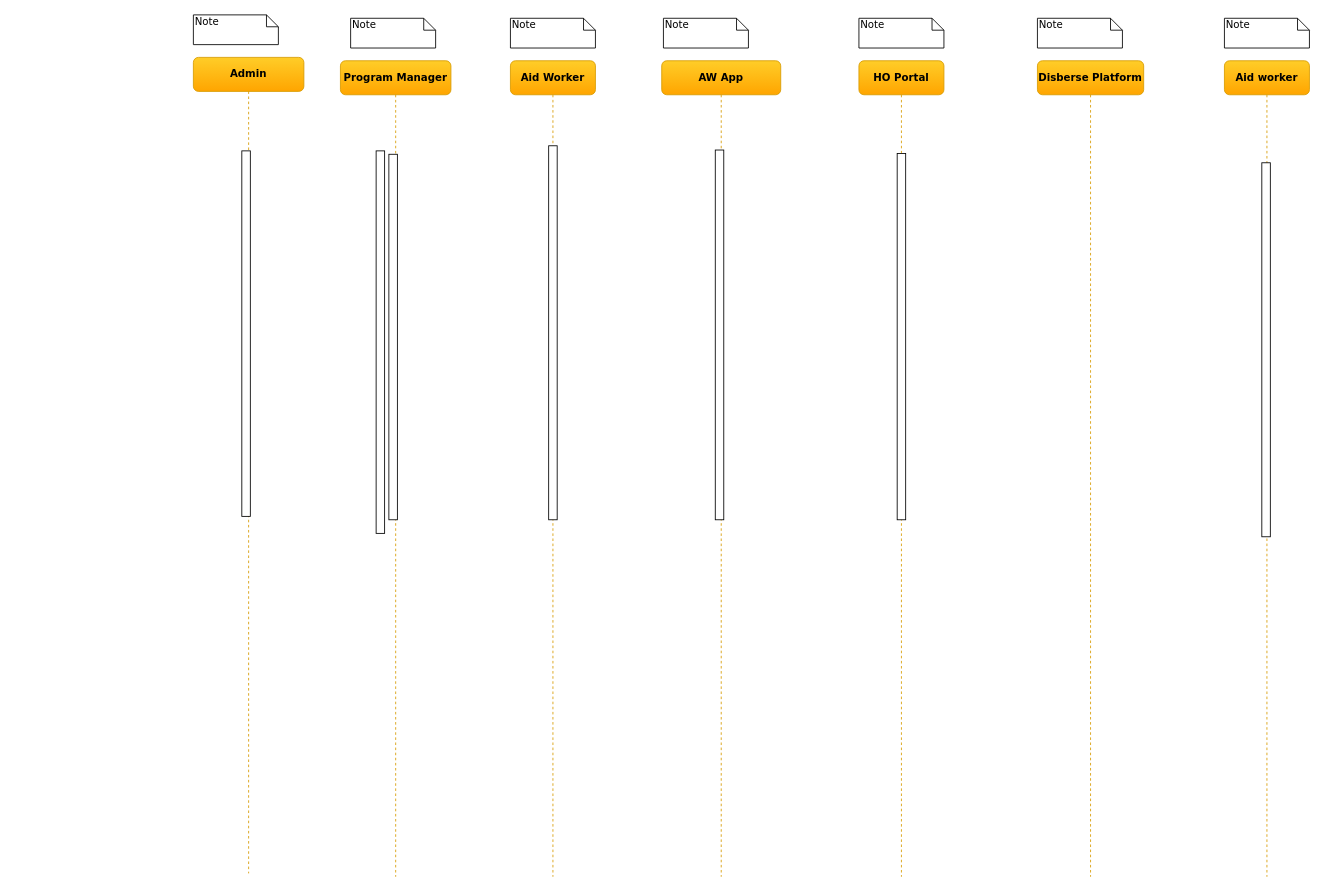
Before: page "Page-1" (1 of 2) of HO Portal user management sequence.drawio in nsward/diagrams, a draw.io diagram. Source tidied: cells renumbered, new cells numbered last; positions are measured from the earlier drawing's top-left corner, leaving out a move shared by most shapes. Both pictures are drawn from the tidied source at 85%, with x=0, y=0 at pixel (193, 14).
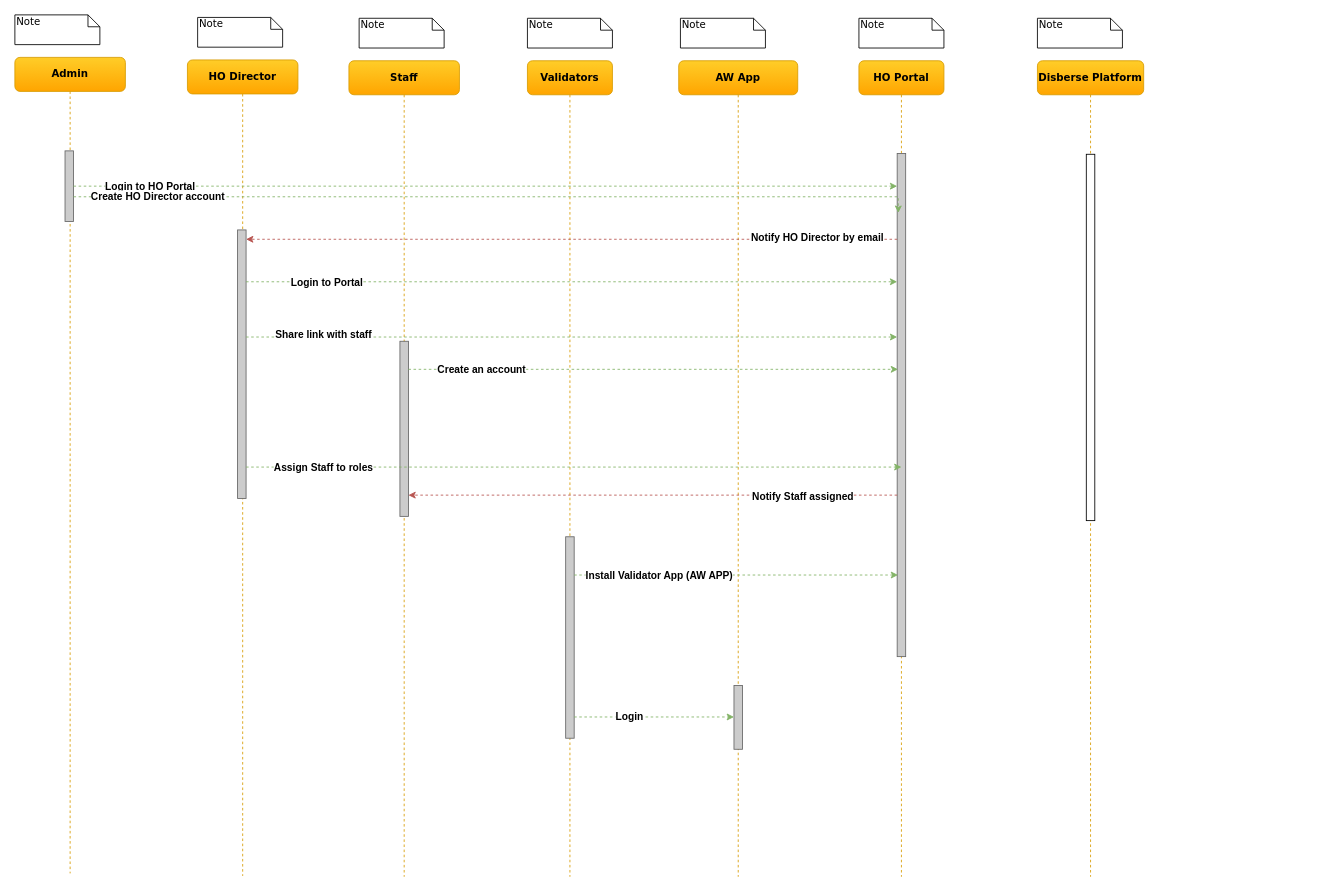
After the change.

Unchanged cells that the change refers to:
```xml
<mxCell id="4" value="HO Portal" style="shape=umlLifeline;perimeter=lifelinePerimeter;whiteSpace=wrap;html=1;rounded=1;shadow=0;comic=0;labelBackgroundColor=none;strokeColor=#d79b00;strokeWidth=1;fillColor=#ffcd28;fontFamily=Verdana;fontSize=12;fontColor=#000000;align=center;fontStyle=1;gradientColor=#ffa500;" parent="1" vertex="1">
  <mxGeometry x="783" y="54" width="100" height="960" as="geometry" />
</mxCell>
<mxCell id="6" value="Disberse Platform" style="shape=umlLifeline;perimeter=lifelinePerimeter;whiteSpace=wrap;html=1;rounded=1;shadow=0;comic=0;labelBackgroundColor=none;strokeColor=#d79b00;strokeWidth=1;fillColor=#ffcd28;fontFamily=Verdana;fontSize=12;fontColor=#000000;align=center;fontStyle=1;gradientColor=#ffa500;" parent="1" vertex="1">
  <mxGeometry x="993" y="54" width="125" height="960" as="geometry" />
</mxCell>
```

What changed in the source:
```diff
@@
     <mxCell id="2" value="AW App" style="shape=umlLifeline;perimeter=lifelinePerimeter;whiteSpace=wrap;html=1;rounded=1;shadow=0;comic=0;labelBackgroundColor=none;strokeColor=#d79b00;strokeWidth=1;fillColor=#ffcd28;fontFamily=Verdana;fontSize=12;fontColor=#000000;align=center;fontStyle=1;gradientColor=#ffa500;" parent="1" vertex="1">
-      <mxGeometry x="551" y="54" width="140" height="960" as="geometry" />
+      <mxGeometry x="571" y="54" width="140" height="960" as="geometry" />
     </mxCell>
-    <mxCell id="3" style="html=1;points=[];perimeter=orthogonalPerimeter;rounded=0;shadow=0;comic=0;labelBackgroundColor=none;strokeColor=#000000;strokeWidth=1;fillColor=#FFFFFF;fontFamily=Verdana;fontSize=12;fontColor=#000000;align=center;" parent="2" vertex="1">
-      <mxGeometry x="63" y="105" width="10" height="435" as="geometry" />
+    <mxCell id="3" style="html=1;points=[];perimeter=orthogonalPerimeter;rounded=0;shadow=0;comic=0;labelBackgroundColor=none;strokeColor=#666666;strokeWidth=1;fillColor=#CCCCCC;fontFamily=Verdana;fontSize=12;fontColor=#333333;align=center;" parent="2" vertex="1">
+      <mxGeometry x="65" y="735" width="10" height="75" as="geometry" />
     </mxCell>
@@
-    <mxCell id="5" style="html=1;points=[];perimeter=orthogonalPerimeter;rounded=0;shadow=0;comic=0;labelBackgroundColor=none;strokeColor=#000000;strokeWidth=1;fillColor=#FFFFFF;fontFamily=Verdana;fontSize=12;fontColor=#000000;align=center;" parent="4" vertex="1">
-      <mxGeometry x="45" y="109" width="10" height="431" as="geometry" />
+    <mxCell id="5" style="html=1;points=[];perimeter=orthogonalPerimeter;rounded=0;shadow=0;comic=0;labelBackgroundColor=none;strokeColor=#666666;strokeWidth=1;fillColor=#CCCCCC;fontFamily=Verdana;fontSize=12;align=center;fontColor=#333333;" parent="4" vertex="1">
+      <mxGeometry x="45" y="109" width="10" height="592" as="geometry" />
     </mxCell>
@@
+    <mxCell id="23" style="html=1;perimeter=orthogonalPerimeter;rounded=0;shadow=0;comic=0;labelBackgroundColor=none;strokeColor=#000000;strokeWidth=1;fillColor=#FFFFFF;fontFamily=Verdana;fontSize=12;fontColor=#000000;align=center;" parent="6" vertex="1">
+      <mxGeometry x="57.5" y="110" width="10" height="431" as="geometry" />
+    </mxCell>
-    <mxCell id="7" value="Aid Worker" style="shape=umlLifeline;perimeter=lifelinePerimeter;whiteSpace=wrap;html=1;rounded=1;shadow=0;comic=0;labelBackgroundColor=none;strokeColor=#d79b00;strokeWidth=1;fillColor=#ffcd28;fontFamily=Verdana;fontSize=12;fontColor=#000000;align=center;fontStyle=1;gradientColor=#ffa500;" parent="1" vertex="1">
-      <mxGeometry x="373" y="54" width="100" height="960" as="geometry" />
+    <mxCell id="7" value="Validators" style="shape=umlLifeline;perimeter=lifelinePerimeter;whiteSpace=wrap;html=1;rounded=1;shadow=0;comic=0;labelBackgroundColor=none;strokeColor=#d79b00;strokeWidth=1;fillColor=#ffcd28;fontFamily=Verdana;fontSize=12;fontColor=#000000;align=center;fontStyle=1;gradientColor=#ffa500;" parent="1" vertex="1">
+      <mxGeometry x="393" y="54" width="100" height="960" as="geometry" />
     </mxCell>
-    <mxCell id="8" style="html=1;points=[];perimeter=orthogonalPerimeter;rounded=0;shadow=0;comic=0;labelBackgroundColor=none;strokeColor=#000000;strokeWidth=1;fillColor=#FFFFFF;fontFamily=Verdana;fontSize=12;fontColor=#000000;align=center;" parent="7" vertex="1">
-      <mxGeometry x="45" y="100" width="10" height="440" as="geometry" />
+    <mxCell id="8" style="html=1;points=[];perimeter=orthogonalPerimeter;rounded=0;shadow=0;comic=0;labelBackgroundColor=none;strokeColor=#666666;strokeWidth=1;fillColor=#CCCCCC;fontFamily=Verdana;fontSize=12;fontColor=#333333;align=center;" parent="7" vertex="1">
+      <mxGeometry x="45" y="560" width="10" height="237" as="geometry" />
     </mxCell>
     <mxCell id="9" value="Note" style="shape=note;whiteSpace=wrap;html=1;size=14;verticalAlign=top;align=left;spacingTop=-6;rounded=0;shadow=0;comic=0;labelBackgroundColor=none;strokeColor=#000000;strokeWidth=1;fillColor=#FFFFFF;fontFamily=Verdana;fontSize=12;fontColor=#000000;" parent="1" vertex="1">
-      <mxGeometry x="373" y="4" width="100" height="35" as="geometry" />
+      <mxGeometry x="393" y="4" width="100" height="35" as="geometry" />
     </mxCell>
     <mxCell id="10" value="Note" style="shape=note;whiteSpace=wrap;html=1;size=14;verticalAlign=top;align=left;spacingTop=-6;rounded=0;shadow=0;comic=0;labelBackgroundColor=none;strokeColor=#000000;strokeWidth=1;fillColor=#FFFFFF;fontFamily=Verdana;fontSize=12;fontColor=#000000;" parent="1" vertex="1">
-      <mxGeometry x="553" y="4" width="100" height="35" as="geometry" />
+      <mxGeometry x="573" y="4" width="100" height="35" as="geometry" />
     </mxCell>
@@
     <mxCell id="13" value="Admin" style="shape=umlLifeline;perimeter=lifelinePerimeter;whiteSpace=wrap;html=1;rounded=1;shadow=0;comic=0;labelBackgroundColor=none;strokeColor=#d79b00;strokeWidth=1;fillColor=#ffcd28;fontFamily=Verdana;fontSize=12;fontColor=#000000;align=center;fontStyle=1;gradientColor=#ffa500;" parent="1" vertex="1">
-      <mxGeometry y="50" width="130" height="960" as="geometry" />
+      <mxGeometry x="-210" y="50" width="130" height="960" as="geometry" />
     </mxCell>
-    <mxCell id="14" style="html=1;perimeter=orthogonalPerimeter;rounded=0;shadow=0;comic=0;labelBackgroundColor=none;strokeColor=#000000;strokeWidth=1;fillColor=#FFFFFF;fontFamily=Verdana;fontSize=12;fontColor=#000000;align=center;labelPosition=center;verticalLabelPosition=top;verticalAlign=bottom;" parent="13" vertex="1">
-      <mxGeometry x="215" y="110" width="10" height="450" as="geometry" />
-    </mxCell>
-    <mxCell id="15" style="html=1;points=[];perimeter=orthogonalPerimeter;rounded=0;shadow=0;comic=0;labelBackgroundColor=none;strokeColor=#000000;strokeWidth=1;fillColor=#FFFFFF;fontFamily=Verdana;fontSize=12;fontColor=#000000;align=center;labelPosition=center;verticalLabelPosition=top;verticalAlign=bottom;" parent="13" vertex="1">
-      <mxGeometry x="57" y="110" width="10" height="430" as="geometry" />
+    <mxCell id="15" style="html=1;points=[];perimeter=orthogonalPerimeter;rounded=0;shadow=0;comic=0;labelBackgroundColor=none;strokeColor=#666666;strokeWidth=1;fillColor=#CCCCCC;fontFamily=Verdana;fontSize=12;fontColor=#333333;align=center;labelPosition=center;verticalLabelPosition=top;verticalAlign=middle;" parent="13" vertex="1">
+      <mxGeometry x="59" y="110" width="10" height="83" as="geometry" />
     </mxCell>
     <mxCell id="16" value="Note" style="shape=note;whiteSpace=wrap;html=1;size=14;verticalAlign=top;align=left;spacingTop=-6;rounded=0;shadow=0;comic=0;labelBackgroundColor=none;strokeColor=#000000;strokeWidth=1;fillColor=#FFFFFF;fontFamily=Verdana;fontSize=12;fontColor=#000000;" parent="1" vertex="1">
-      <mxGeometry width="100" height="35" as="geometry" />
+      <mxGeometry x="-210" width="100" height="35" as="geometry" />
     </mxCell>
-    <mxCell id="17" value="Aid worker" style="shape=umlLifeline;perimeter=lifelinePerimeter;whiteSpace=wrap;html=1;rounded=1;shadow=0;comic=0;labelBackgroundColor=none;strokeColor=#d79b00;strokeWidth=1;fillColor=#ffcd28;fontFamily=Verdana;fontSize=12;fontColor=#000000;align=center;fontStyle=1;gradientColor=#ffa500;" parent="1" vertex="1">
-      <mxGeometry x="1213" y="54" width="100" height="960" as="geometry" />
-    </mxCell>
-    <mxCell id="18" style="html=1;perimeter=orthogonalPerimeter;rounded=0;shadow=0;comic=0;labelBackgroundColor=none;strokeColor=#000000;strokeWidth=1;fillColor=#FFFFFF;fontFamily=Verdana;fontSize=12;fontColor=#000000;align=center;verticalAlign=bottom;labelPosition=center;verticalLabelPosition=top;fontStyle=1;" parent="17" vertex="1">
-      <mxGeometry x="44" y="120" width="10" height="440" as="geometry" />
-    </mxCell>
-    <mxCell id="19" value="Note" style="shape=note;whiteSpace=wrap;html=1;size=14;verticalAlign=top;align=left;spacingTop=-6;rounded=0;shadow=0;comic=0;labelBackgroundColor=none;strokeColor=#000000;strokeWidth=1;fillColor=#FFFFFF;fontFamily=Verdana;fontSize=12;fontColor=#000000;" parent="1" vertex="1">
-      <mxGeometry x="1213" y="4" width="100" height="35" as="geometry" />
-    </mxCell>
-    <mxCell id="20" value="Program Manager" style="shape=umlLifeline;perimeter=lifelinePerimeter;whiteSpace=wrap;html=1;rounded=1;shadow=0;comic=0;labelBackgroundColor=none;strokeColor=#d79b00;strokeWidth=1;fillColor=#ffcd28;fontFamily=Verdana;fontSize=12;fontColor=#000000;align=center;fontStyle=1;gradientColor=#ffa500;" parent="1" vertex="1">
-      <mxGeometry x="173" y="54" width="130" height="960" as="geometry" />
+    <mxCell id="20" value="Staff" style="shape=umlLifeline;perimeter=lifelinePerimeter;whiteSpace=wrap;html=1;rounded=1;shadow=0;comic=0;labelBackgroundColor=none;strokeColor=#d79b00;strokeWidth=1;fillColor=#ffcd28;fontFamily=Verdana;fontSize=12;fontColor=#000000;align=center;fontStyle=1;gradientColor=#ffa500;" parent="1" vertex="1">
+      <mxGeometry x="183" y="54" width="130" height="960" as="geometry" />
     </mxCell>
-    <mxCell id="21" style="html=1;points=[];perimeter=orthogonalPerimeter;rounded=0;shadow=0;comic=0;labelBackgroundColor=none;strokeColor=#000000;strokeWidth=1;fillColor=#FFFFFF;fontFamily=Verdana;fontSize=12;fontColor=#000000;align=center;labelPosition=center;verticalLabelPosition=top;verticalAlign=bottom;" parent="20" vertex="1">
-      <mxGeometry x="57" y="110" width="10" height="430" as="geometry" />
+    <mxCell id="21" style="html=1;points=[];perimeter=orthogonalPerimeter;rounded=0;shadow=0;comic=0;labelBackgroundColor=none;strokeColor=#666666;strokeWidth=1;fillColor=#CCCCCC;fontFamily=Verdana;fontSize=12;fontColor=#333333;align=center;labelPosition=center;verticalLabelPosition=top;verticalAlign=middle;" parent="20" vertex="1">
+      <mxGeometry x="60" y="330" width="10" height="206" as="geometry" />
     </mxCell>
     <mxCell id="22" value="Note" style="shape=note;whiteSpace=wrap;html=1;size=14;verticalAlign=top;align=left;spacingTop=-6;rounded=0;shadow=0;comic=0;labelBackgroundColor=none;strokeColor=#000000;strokeWidth=1;fillColor=#FFFFFF;fontFamily=Verdana;fontSize=12;fontColor=#000000;" parent="1" vertex="1">
-      <mxGeometry x="185" y="4" width="100" height="35" as="geometry" />
+      <mxGeometry x="195" y="4" width="100" height="35" as="geometry" />
     </mxCell>
+    <mxCell id="24" value="HO Director" style="shape=umlLifeline;perimeter=lifelinePerimeter;whiteSpace=wrap;html=1;rounded=1;shadow=0;comic=0;labelBackgroundColor=none;strokeColor=#d79b00;strokeWidth=1;fillColor=#ffcd28;fontFamily=Verdana;fontSize=12;fontColor=#000000;align=center;fontStyle=1;gradientColor=#ffa500;" parent="1" vertex="1">
+      <mxGeometry x="-7" y="53" width="130" height="960" as="geometry" />
+    </mxCell>
+    <mxCell id="25" style="html=1;points=[];perimeter=orthogonalPerimeter;rounded=0;shadow=0;comic=0;labelBackgroundColor=none;strokeColor=#666666;strokeWidth=1;fillColor=#CCCCCC;fontFamily=Verdana;fontSize=12;fontColor=#333333;align=center;labelPosition=center;verticalLabelPosition=top;verticalAlign=middle;" parent="24" vertex="1">
+      <mxGeometry x="59" y="200" width="10" height="316" as="geometry" />
+    </mxCell>
+    <mxCell id="19" value="Note" style="shape=note;whiteSpace=wrap;html=1;size=14;verticalAlign=top;align=left;spacingTop=-6;rounded=0;shadow=0;comic=0;labelBackgroundColor=none;strokeColor=#000000;strokeWidth=1;fillColor=#FFFFFF;fontFamily=Verdana;fontSize=12;fontColor=#000000;" parent="1" vertex="1">
+      <mxGeometry x="5" y="3" width="100" height="35" as="geometry" />
+    </mxCell>
+    <mxCell id="26" style="edgeStyle=orthogonalEdgeStyle;rounded=0;jettySize=auto;html=1;dashed=1;fillColor=#d5e8d4;strokeColor=#82b366;" parent="1" edge="1" source="15" target="5">
+      <mxGeometry relative="1" as="geometry">
+        <Array as="points">
+          <mxPoint x="828" y="173" />
+          <mxPoint x="828" y="173" />
+        </Array>
+      </mxGeometry>
+    </mxCell>
+    <mxCell id="27" value="Login to HO Portal" style="text;html=1;align=center;verticalAlign=middle;labelBackgroundColor=#ffffff;fontStyle=1;" parent="26" vertex="1">
+      <mxGeometry x="0.22" y="5" relative="1" as="geometry">
+        <mxPoint x="-501.5" y="4.5" as="offset" />
+      </mxGeometry>
+    </mxCell>
+    <mxCell id="28" style="edgeStyle=orthogonalEdgeStyle;rounded=0;jettySize=auto;html=1;entryX=0.133;entryY=0.118;entryDx=0;entryDy=0;entryPerimeter=0;dashed=1;fillColor=#d5e8d4;strokeColor=#82b366;" parent="1" edge="1" source="15" target="5">
+      <mxGeometry relative="1" as="geometry">
+        <Array as="points">
+          <mxPoint x="343" y="214" />
+          <mxPoint x="343" y="214" />
+        </Array>
+      </mxGeometry>
+    </mxCell>
+    <mxCell id="29" value="Create HO Director account" style="text;html=1;align=center;verticalAlign=middle;labelBackgroundColor=#ffffff;fontStyle=1;" parent="28" vertex="1">
+      <mxGeometry x="-0.93" relative="1" as="geometry">
+        <mxPoint x="63" y="-1" as="offset" />
+      </mxGeometry>
+    </mxCell>
+    <mxCell id="30" style="edgeStyle=orthogonalEdgeStyle;rounded=0;jettySize=auto;html=1;dashed=1;fillColor=#f8cecc;strokeColor=#b85450;" parent="1" edge="1" source="5" target="25">
+      <mxGeometry relative="1" as="geometry">
+        <Array as="points">
+          <mxPoint x="463" y="264" />
+          <mxPoint x="463" y="264" />
+        </Array>
+      </mxGeometry>
+    </mxCell>
+    <mxCell id="31" value="Notify HO Director by email" style="text;html=1;align=center;verticalAlign=middle;labelBackgroundColor=#ffffff;fontStyle=1;" parent="30" vertex="1">
+      <mxGeometry y="-272" relative="1" as="geometry">
+        <mxPoint x="288.5" y="270.5" as="offset" />
+      </mxGeometry>
+    </mxCell>
+    <mxCell id="32" style="edgeStyle=orthogonalEdgeStyle;rounded=0;jettySize=auto;html=1;dashed=1;fillColor=#d5e8d4;strokeColor=#82b366;" parent="1" edge="1" source="25" target="5">
+      <mxGeometry relative="1" as="geometry">
+        <Array as="points">
+          <mxPoint x="444" y="314" />
+          <mxPoint x="444" y="314" />
+        </Array>
+      </mxGeometry>
+    </mxCell>
+    <mxCell id="33" value="Login to Portal" style="text;html=1;align=center;verticalAlign=middle;labelBackgroundColor=#ffffff;fontStyle=1;" parent="32" vertex="1">
+      <mxGeometry x="-0.87" relative="1" as="geometry">
+        <mxPoint x="44.5" y="0.5" as="offset" />
+      </mxGeometry>
+    </mxCell>
+    <mxCell id="34" style="edgeStyle=orthogonalEdgeStyle;rounded=0;jettySize=auto;html=1;dashed=1;strokeColor=#82b366;fillColor=#d5e8d4;" parent="1" edge="1" source="25" target="5">
+      <mxGeometry relative="1" as="geometry">
+        <Array as="points">
+          <mxPoint x="283" y="379" />
+          <mxPoint x="283" y="379" />
+        </Array>
+      </mxGeometry>
+    </mxCell>
+    <mxCell id="35" value="Share link with staff" style="text;html=1;align=center;verticalAlign=middle;labelBackgroundColor=#ffffff;fontStyle=1;" parent="34" vertex="1">
+      <mxGeometry y="-343" relative="1" as="geometry">
+        <mxPoint x="-293" y="-346" as="offset" />
+      </mxGeometry>
+    </mxCell>
+    <mxCell id="36" style="edgeStyle=orthogonalEdgeStyle;rounded=0;jettySize=auto;html=1;dashed=1;strokeColor=#82b366;fillColor=#d5e8d4;" parent="1" edge="1" source="21">
+      <mxGeometry relative="1" as="geometry">
+        <mxPoint x="829" y="417" as="targetPoint" />
+        <Array as="points">
+          <mxPoint x="403" y="417" />
+          <mxPoint x="403" y="417" />
+        </Array>
+      </mxGeometry>
+    </mxCell>
+    <mxCell id="37" value="Create an account" style="text;html=1;align=center;verticalAlign=middle;labelBackgroundColor=#ffffff;fontStyle=1;" parent="36" vertex="1">
+      <mxGeometry x="-0.81" relative="1" as="geometry">
+        <mxPoint x="30" as="offset" />
+      </mxGeometry>
+    </mxCell>
+    <mxCell id="38" style="edgeStyle=orthogonalEdgeStyle;rounded=0;jettySize=auto;html=1;dashed=1;strokeColor=#82b366;fillColor=#d5e8d4;" parent="1" edge="1" source="25">
+      <mxGeometry relative="1" as="geometry">
+        <mxPoint x="833" y="532" as="targetPoint" />
+        <Array as="points">
+          <mxPoint x="259" y="532" />
+          <mxPoint x="259" y="532" />
+        </Array>
+      </mxGeometry>
+    </mxCell>
+    <mxCell id="39" value="Assign Staff to roles" style="text;html=1;align=center;verticalAlign=middle;labelBackgroundColor=#ffffff;fontStyle=1;" parent="38" vertex="1">
+      <mxGeometry x="-0.91" y="3" relative="1" as="geometry">
+        <mxPoint x="55" y="3.5" as="offset" />
+      </mxGeometry>
+    </mxCell>
+    <mxCell id="40" style="edgeStyle=orthogonalEdgeStyle;rounded=0;jettySize=auto;html=1;dashed=1;strokeColor=#b85450;fillColor=#f8cecc;" parent="1" edge="1" source="5" target="21">
+      <mxGeometry relative="1" as="geometry">
+        <Array as="points">
+          <mxPoint x="541" y="565" />
+          <mxPoint x="541" y="565" />
+        </Array>
+      </mxGeometry>
+    </mxCell>
+    <mxCell id="41" value="Notify Staff assigned" style="text;html=1;align=center;verticalAlign=middle;labelBackgroundColor=#ffffff;fontStyle=1;" parent="40" vertex="1">
+      <mxGeometry x="-0.71" y="1" relative="1" as="geometry">
+        <mxPoint x="-28.5" as="offset" />
+      </mxGeometry>
+    </mxCell>
+    <mxCell id="42" style="edgeStyle=orthogonalEdgeStyle;rounded=0;jettySize=auto;html=1;dashed=1;strokeColor=#82b366;fillColor=#d5e8d4;" parent="1" edge="1" source="8">
+      <mxGeometry relative="1" as="geometry">
+        <mxPoint x="829" y="659" as="targetPoint" />
+        <Array as="points">
+          <mxPoint x="829" y="659" />
+        </Array>
+      </mxGeometry>
+    </mxCell>
+    <mxCell id="43" value="Install Validator App (AW APP)" style="text;html=1;align=center;verticalAlign=middle;labelBackgroundColor=#ffffff;fontStyle=1;" parent="42" vertex="1">
+      <mxGeometry x="-0.69" y="-3" relative="1" as="geometry">
+        <mxPoint x="40" y="-3" as="offset" />
+      </mxGeometry>
+    </mxCell>
+    <mxCell id="44" style="edgeStyle=orthogonalEdgeStyle;rounded=0;jettySize=auto;html=1;dashed=1;strokeColor=#82b366;fillColor=#d5e8d4;" parent="1" edge="1" source="8" target="3">
+      <mxGeometry relative="1" as="geometry">
+        <Array as="points">
+          <mxPoint x="508" y="826" />
+          <mxPoint x="508" y="826" />
+        </Array>
+      </mxGeometry>
+    </mxCell>
+    <mxCell id="45" value="Login" style="text;html=1;align=center;verticalAlign=middle;labelBackgroundColor=#ffffff;fontStyle=1;" parent="44" vertex="1">
+      <mxGeometry x="-0.32" y="1" relative="1" as="geometry" />
+    </mxCell>
```
